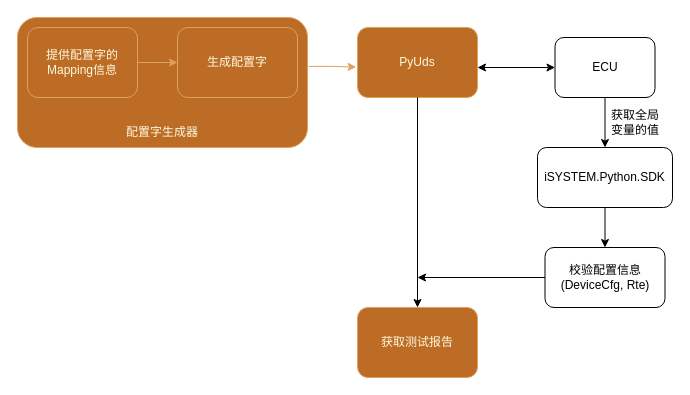
Before: CarCfgTest_02.drawio in woshitanwang/pics_procdure, a draw.io diagram. Source tidied: cells renumbered, new cells numbered last; positions are measured from the earlier drawing's top-left corner, leaving out a move shared by most shapes. Both pictures are drawn from the tidied source at 100%, with x=0, y=0 at pixel (17, 17).
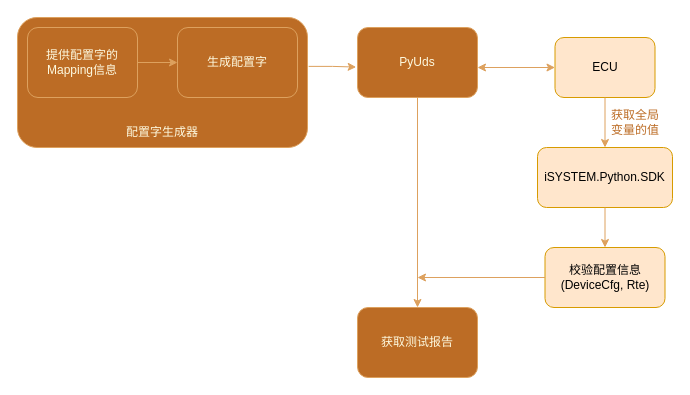
The same diagram, later.

Unchanged cells that the change refers to:
```xml
<mxCell id="2" value="PyUds" style="rounded=1;whiteSpace=wrap;html=1;labelBackgroundColor=none;fillColor=#BC6C25;strokeColor=#DDA15E;fontColor=#FEFAE0;" parent="1" vertex="1">
  <mxGeometry x="340" y="10" width="120" height="70" as="geometry" />
</mxCell>
<mxCell id="3" value="获取测试报告" style="rounded=1;whiteSpace=wrap;html=1;labelBackgroundColor=none;fillColor=#BC6C25;strokeColor=#DDA15E;fontColor=#FEFAE0;" parent="1" vertex="1">
  <mxGeometry x="340" y="290" width="120" height="70" as="geometry" />
</mxCell>
```

Diff of the diagram source:
```diff
@@
-    <mxCell id="10" value="ECU" style="rounded=1;whiteSpace=wrap;html=1;" parent="1" vertex="1">
+    <mxCell id="10" value="ECU" style="rounded=1;whiteSpace=wrap;html=1;labelBackgroundColor=none;fillColor=#ffe6cc;strokeColor=#d79b00;" parent="1" vertex="1">
       <mxGeometry x="537.5" y="20" width="100" height="60" as="geometry" />
     </mxCell>
-    <mxCell id="11" style="endArrow=classic;startArrow=classic;html=1;rounded=0;entryX=0;entryY=0.5;entryDx=0;entryDy=0;" parent="1" edge="1" target="10">
+    <mxCell id="11" style="endArrow=classic;startArrow=classic;html=1;rounded=0;entryX=0;entryY=0.5;entryDx=0;entryDy=0;labelBackgroundColor=none;strokeColor=#DDA15E;fontColor=default;" parent="1" edge="1" target="10">
       <mxGeometry relative="1" as="geometry">
         <mxPoint x="460" y="50" as="sourcePoint" />
       </mxGeometry>
     </mxCell>
-    <mxCell id="12" value="iSYSTEM.Python.SDK" style="rounded=1;whiteSpace=wrap;html=1;" parent="1" vertex="1">
+    <mxCell id="12" value="iSYSTEM.Python.SDK" style="rounded=1;whiteSpace=wrap;html=1;labelBackgroundColor=none;fillColor=#ffe6cc;strokeColor=#d79b00;" parent="1" vertex="1">
       <mxGeometry x="520" y="130" width="135" height="60" as="geometry" />
     </mxCell>
-    <mxCell id="13" value="校验配置信息&lt;br&gt;(DeviceCfg, Rte)" style="rounded=1;whiteSpace=wrap;html=1;" parent="1" vertex="1">
+    <mxCell id="13" value="校验配置信息&lt;br&gt;(DeviceCfg, Rte)" style="rounded=1;whiteSpace=wrap;html=1;labelBackgroundColor=none;fillColor=#ffe6cc;strokeColor=#d79b00;" parent="1" vertex="1">
       <mxGeometry x="527.5" y="230" width="120" height="60" as="geometry" />
     </mxCell>
-    <mxCell id="14" style="endArrow=classic;html=1;rounded=0;exitX=0.5;exitY=1;exitDx=0;exitDy=0;entryX=0.5;entryY=0;entryDx=0;entryDy=0;" parent="1" edge="1" source="2" target="3">
+    <mxCell id="14" style="endArrow=classic;html=1;rounded=0;exitX=0.5;exitY=1;exitDx=0;exitDy=0;entryX=0.5;entryY=0;entryDx=0;entryDy=0;labelBackgroundColor=none;strokeColor=#DDA15E;fontColor=default;" parent="1" edge="1" source="2" target="3">
       <mxGeometry relative="1" as="geometry" />
     </mxCell>
-    <mxCell id="15" style="endArrow=classic;html=1;rounded=0;exitX=0.5;exitY=1;exitDx=0;exitDy=0;entryX=0.5;entryY=0;entryDx=0;entryDy=0;" parent="1" edge="1" source="12" target="13">
+    <mxCell id="15" style="endArrow=classic;html=1;rounded=0;exitX=0.5;exitY=1;exitDx=0;exitDy=0;entryX=0.5;entryY=0;entryDx=0;entryDy=0;labelBackgroundColor=none;strokeColor=#DDA15E;fontColor=default;" parent="1" edge="1" source="12" target="13">
       <mxGeometry relative="1" as="geometry" />
     </mxCell>
-    <mxCell id="16" style="endArrow=classic;html=1;rounded=0;entryX=0.5;entryY=0;entryDx=0;entryDy=0;exitX=0.5;exitY=1;exitDx=0;exitDy=0;" parent="1" edge="1" source="10" target="12">
+    <mxCell id="16" style="endArrow=classic;html=1;rounded=0;entryX=0.5;entryY=0;entryDx=0;entryDy=0;exitX=0.5;exitY=1;exitDx=0;exitDy=0;labelBackgroundColor=none;strokeColor=#DDA15E;fontColor=default;" parent="1" edge="1" source="10" target="12">
       <mxGeometry relative="1" as="geometry" />
     </mxCell>
-    <mxCell id="17" style="endArrow=classic;html=1;rounded=0;exitX=0;exitY=0.5;exitDx=0;exitDy=0;" parent="1" edge="1" source="13">
+    <mxCell id="17" style="endArrow=classic;html=1;rounded=0;exitX=0;exitY=0.5;exitDx=0;exitDy=0;labelBackgroundColor=none;strokeColor=#DDA15E;fontColor=default;" parent="1" edge="1" source="13">
       <mxGeometry relative="1" as="geometry">
         <mxPoint x="400" y="260" as="targetPoint" />
       </mxGeometry>
     </mxCell>
-    <mxCell id="18" value="获取全局变量的值" style="text;html=1;align=center;verticalAlign=middle;whiteSpace=wrap;rounded=0;" parent="1" vertex="1">
+    <mxCell id="18" value="获取全局变量的值" style="text;html=1;align=center;verticalAlign=middle;whiteSpace=wrap;rounded=0;labelBackgroundColor=none;fontColor=#bc6c25;" parent="1" vertex="1">
       <mxGeometry x="587.5" y="90" width="60" height="30" as="geometry" />
     </mxCell>
```
